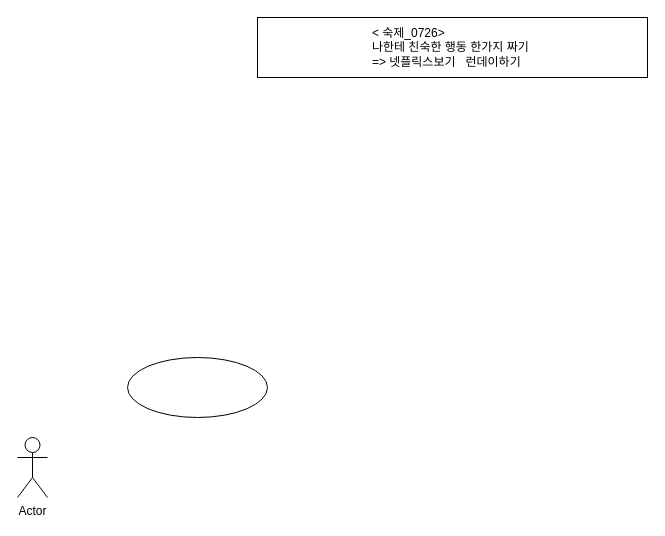
Jin-bright/diagram_study keeps this draw.io diagram as usecase_diagram/test.drawio. Above is the earlier version. Source tidied: cells renumbered, new cells numbered last; positions are measured from the earlier drawing's top-left corner, leaving out a move shared by most shapes. Both pictures are drawn from the tidied source at 100%, with x=0, y=0 at pixel (17, 17).
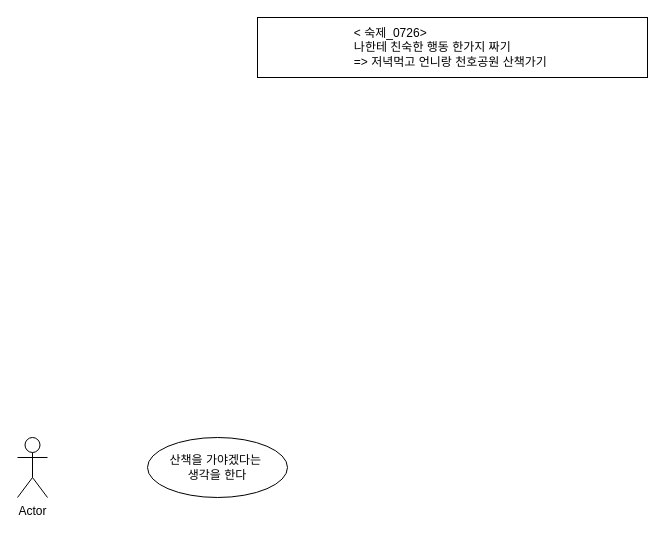
The same page after the edit.

The edit, as a diff of the source:
```diff
@@
 <mxGraphModel>
   <root>
     <mxCell id="0" />
     <mxCell id="1" parent="0" />
-    <mxCell id="2" style="ellipse;whiteSpace=wrap;html=1;" parent="1" vertex="1">
-      <mxGeometry x="110" y="340" width="140" height="60" as="geometry" />
+    <mxCell id="2" value="산책을 가야겠다는&amp;nbsp;&lt;br&gt;생각을 한다" style="ellipse;whiteSpace=wrap;html=1;" parent="1" vertex="1">
+      <mxGeometry x="130" y="420" width="140" height="60" as="geometry" />
     </mxCell>
     <mxCell id="3" value="Actor" style="shape=umlActor;verticalLabelPosition=bottom;verticalAlign=top;html=1;" parent="1" vertex="1">
       <mxGeometry y="420" width="30" height="60" as="geometry" />
     </mxCell>
-    <mxCell id="4" value="&lt;div style=&quot;text-align: left;&quot;&gt;&lt;span style=&quot;background-color: initial;&quot;&gt;&amp;lt; 숙제_0726&amp;gt;&amp;nbsp;&lt;/span&gt;&lt;/div&gt;&lt;div style=&quot;text-align: left;&quot;&gt;&lt;span style=&quot;background-color: initial;&quot;&gt;나한테 친숙한 행동 한가지 짜기&amp;nbsp;&lt;/span&gt;&lt;/div&gt;&lt;div style=&quot;text-align: left;&quot;&gt;&lt;span style=&quot;background-color: initial;&quot;&gt;=&amp;gt; 넷플릭스보기&amp;nbsp; &amp;nbsp;런데이하기&amp;nbsp;&amp;nbsp;&lt;/span&gt;&lt;/div&gt;" style="rounded=0;whiteSpace=wrap;html=1;" parent="1" vertex="1">
+    <mxCell id="4" value="&lt;div style=&quot;text-align: left;&quot;&gt;&lt;span style=&quot;background-color: initial;&quot;&gt;&amp;lt; 숙제_0726&amp;gt;&amp;nbsp;&lt;/span&gt;&lt;/div&gt;&lt;div style=&quot;text-align: left;&quot;&gt;&lt;span style=&quot;background-color: initial;&quot;&gt;나한테 친숙한 행동 한가지 짜기&amp;nbsp;&lt;/span&gt;&lt;/div&gt;&lt;div style=&quot;text-align: left;&quot;&gt;=&amp;gt; 저녁먹고 언니랑 천호공원 산책가기&amp;nbsp;&lt;/div&gt;" style="rounded=0;whiteSpace=wrap;html=1;" parent="1" vertex="1">
       <mxGeometry x="240" width="390" height="60" as="geometry" />
     </mxCell>
   </root>
 </mxGraphModel>
```
